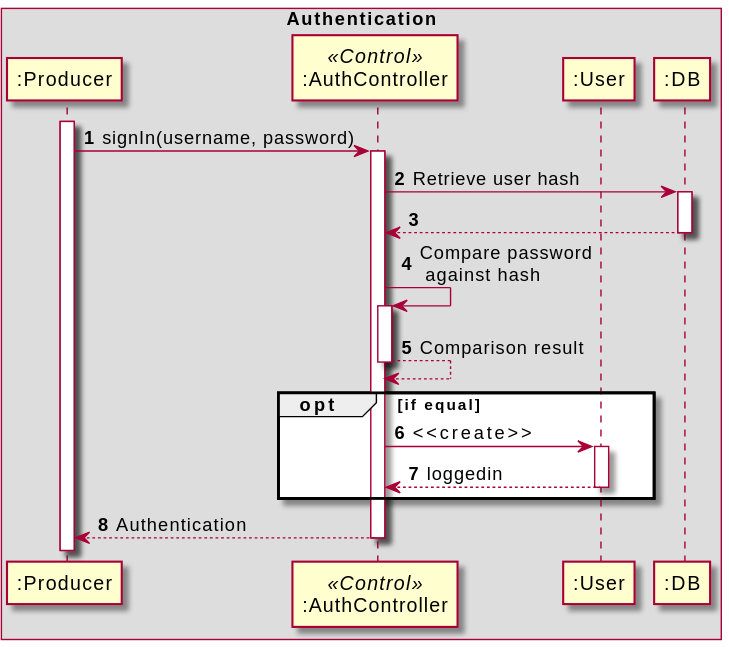
Above: uml/sequence_diagrams/operation/authentication.svg in amatzen/SE02-SE-G02-SPRO (PlantUML), before the change.
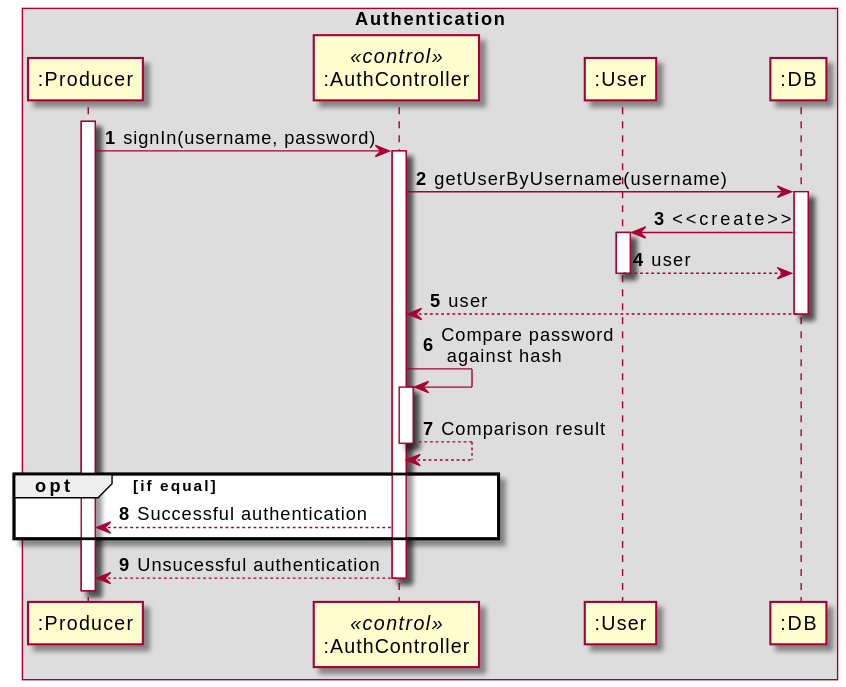
After the commit.

The edit, as a diff of the source:
```diff
@@ -4,7 +4,7 @@
 
 box "Authentication"
     participant ":Producer" as producer
-    participant ":AuthController" as authController <<Control>>
+    participant ":AuthController" as authController <<control>>
     participant ":User" as user
     participant ":DB" as db
 end box
@@ -12,9 +12,13 @@
 activate producer
 producer -> authController : signIn(username, password)
 activate authController
-authController -> db : Retrieve user hash
+authController -> db : getUserByUsername(username)
 activate db
-authController <-- db
+db -> user : <<create>>
+activate user
+db <-- user : user
+deactivate user
+authController <-- db : user
 deactivate db
 
 authController -> authController : Compare password\n against hash
@@ -23,12 +27,9 @@
 deactivate authController
 
 opt if equal
-authController -> user : <<create>>
-activate user
-authController <-- user : loggedin
-deactivate user
+authController --> producer : Successful authentication
 end
-producer <-- authController : Authentication
+producer <-- authController : Unsucessful authentication
 deactivate authController
 
 @enduml
```
